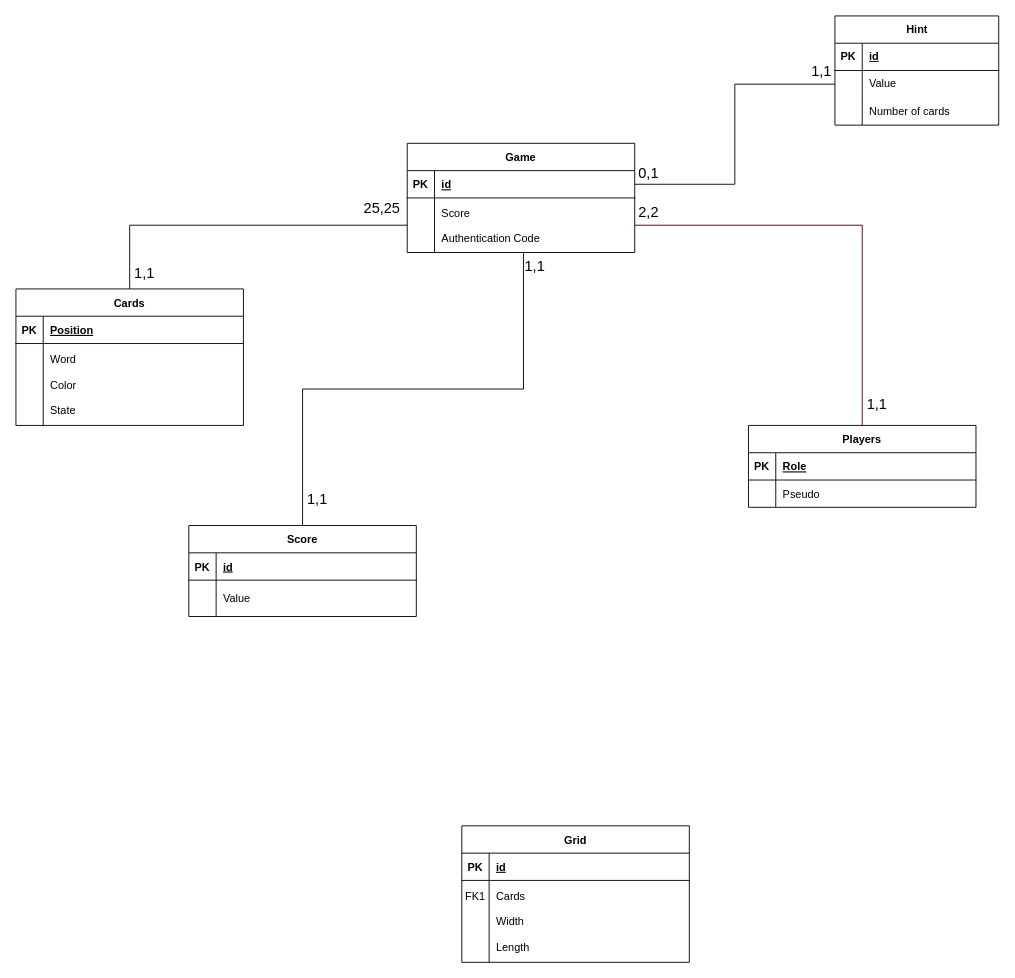
Tom-D04/Polynames keeps this draw.io diagram as Polynames_diagramme_database.drawio. Above is the earlier version. Source tidied: cells renumbered, new cells numbered last; positions are measured from the earlier drawing's top-left corner, leaving out a move shared by most shapes. Both pictures are drawn from the tidied source at 91%, with x=0, y=0 at pixel (15, 15).
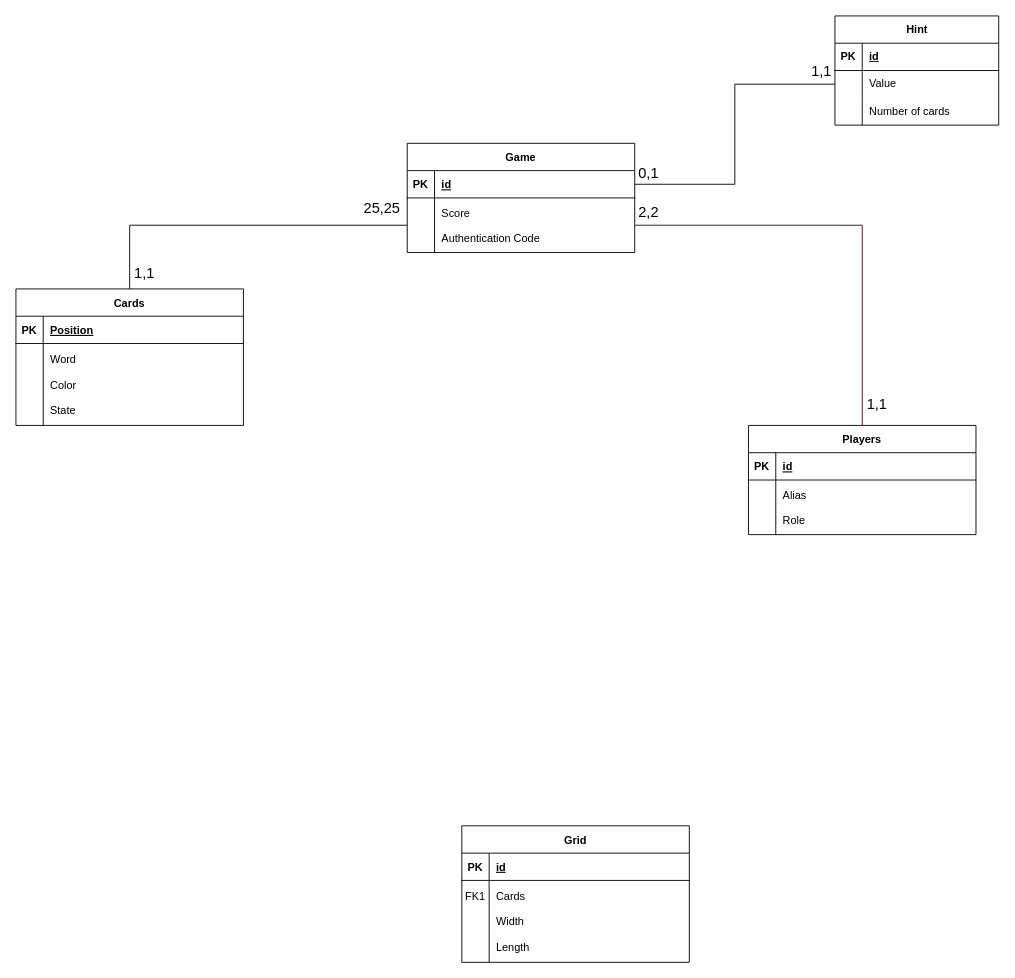
The same diagram, later.

Commit message:
Mettre à jour Polynames_diagramme_database.drawio

Unchanged cells that the change refers to:
```xml
<mxCell id="3" style="shape=partialRectangle;fillColor=none;top=0;left=0;right=0;bottom=1;" parent="2" vertex="1">
  <mxGeometry y="30" width="250" height="30" as="geometry" />
</mxCell>
<mxCell id="34" style="shape=partialRectangle;fillColor=none;points=[[0,0.5],[1,0.5]];portConstraint=eastwest;top=0;left=0;right=0;bottom=0;" parent="30" vertex="1">
  <mxGeometry y="60" width="250" height="60" as="geometry" />
</mxCell>
```

Diff of the diagram source:
```diff
@@
     <mxCell id="2" value="Players" style="shape=table;startSize=30;childLayout=tableLayout;rowLines=0;fontStyle=1;align=center;" parent="1" vertex="1">
-      <mxGeometry x="805" y="450" width="250" height="90" as="geometry" />
+      <mxGeometry x="805" y="450" width="250" height="120" as="geometry" />
     </mxCell>
@@
-    <mxCell id="5" value="Role" style="shape=partialRectangle;overflow=hidden;fillColor=none;top=0;left=0;bottom=0;right=0;align=left;spacingLeft=6;fontStyle=5;" parent="3" vertex="1">
+    <mxCell id="5" value="id" style="shape=partialRectangle;overflow=hidden;fillColor=none;top=0;left=0;bottom=0;right=0;align=left;spacingLeft=6;fontStyle=5;" parent="3" vertex="1">
       <mxGeometry x="30" width="220" height="30" as="geometry" />
     </mxCell>
     <mxCell id="6" style="shape=partialRectangle;fillColor=none;top=0;left=0;right=0;bottom=0;" parent="2" vertex="1">
-      <mxGeometry y="60" width="250" height="30" as="geometry" />
+      <mxGeometry y="60" width="250" height="60" as="geometry" />
     </mxCell>
     <mxCell id="7" style="shape=partialRectangle;overflow=hidden;fillColor=none;top=0;left=0;bottom=0;right=0;" parent="6" vertex="1">
-      <mxGeometry width="30" height="30" as="geometry" />
+      <mxGeometry width="30" height="60" as="geometry" />
     </mxCell>
-    <mxCell id="8" value="Pseudo" style="shape=partialRectangle;overflow=hidden;fillColor=none;top=0;left=0;bottom=0;right=0;align=left;spacingLeft=6;" parent="6" vertex="1">
-      <mxGeometry x="30" width="220" height="30" as="geometry" />
+    <mxCell id="8" value="Alias&#10;&#10;Role" style="shape=partialRectangle;overflow=hidden;fillColor=none;top=0;left=0;bottom=0;right=0;align=left;spacingLeft=6;" parent="6" vertex="1">
+      <mxGeometry x="30" width="220" height="60" as="geometry" />
     </mxCell>
@@
-    <mxCell id="23" value="Score" style="shape=table;startSize=30;childLayout=tableLayout;rowLines=0;fontStyle=1;align=center;" parent="1" vertex="1">
-      <mxGeometry x="190" y="560" width="250" height="100" as="geometry" />
-    </mxCell>
-    <mxCell id="24" style="shape=partialRectangle;fillColor=none;top=0;left=0;right=0;bottom=1;" parent="23" vertex="1">
-      <mxGeometry y="30" width="250" height="30" as="geometry" />
-    </mxCell>
-    <mxCell id="25" value="PK" style="shape=partialRectangle;overflow=hidden;fillColor=none;top=0;left=0;bottom=0;right=0;fontStyle=1;" parent="24" vertex="1">
-      <mxGeometry width="30" height="30" as="geometry" />
-    </mxCell>
-    <mxCell id="26" value="id" style="shape=partialRectangle;overflow=hidden;fillColor=none;top=0;left=0;bottom=0;right=0;align=left;spacingLeft=6;fontStyle=5;" parent="24" vertex="1">
-      <mxGeometry x="30" width="220" height="30" as="geometry" />
-    </mxCell>
-    <mxCell id="27" style="shape=partialRectangle;fillColor=none;top=0;left=0;right=0;bottom=0;" parent="23" vertex="1">
-      <mxGeometry y="60" width="250" height="40" as="geometry" />
-    </mxCell>
-    <mxCell id="28" style="shape=partialRectangle;overflow=hidden;fillColor=none;top=0;left=0;bottom=0;right=0;" parent="27" vertex="1">
-      <mxGeometry width="30" height="40" as="geometry" />
-    </mxCell>
-    <mxCell id="29" value="Value" style="shape=partialRectangle;overflow=hidden;fillColor=none;top=0;left=0;bottom=0;right=0;align=left;spacingLeft=6;" parent="27" vertex="1">
-      <mxGeometry x="30" width="220" height="40" as="geometry" />
-    </mxCell>
@@
-    <mxCell id="43" style="edgeStyle=orthogonalEdgeStyle;rounded=0;jettySize=auto;html=1;exitX=0.5;exitY=0;exitDx=0;exitDy=0;entryX=0.511;entryY=1.013;entryDx=0;entryDy=0;entryPerimeter=0;endArrow=none;endFill=0;" parent="1" edge="1" source="23" target="34">
-      <mxGeometry relative="1" as="geometry" />
-    </mxCell>
-    <mxCell id="44" value="&lt;font style=&quot;font-size: 16px;&quot;&gt;1,1&lt;/font&gt;" style="edgeLabel;html=1;align=center;verticalAlign=middle;" parent="43" vertex="1">
-      <mxGeometry x="-0.87" y="2" relative="1" as="geometry">
-        <mxPoint x="17" y="5" as="offset" />
-      </mxGeometry>
-    </mxCell>
-    <mxCell id="45" value="&lt;font style=&quot;font-size: 16px;&quot;&gt;1,1&lt;/font&gt;" style="edgeLabel;html=1;align=center;verticalAlign=middle;" parent="43" vertex="1">
-      <mxGeometry x="0.91" y="-2" relative="1" as="geometry">
-        <mxPoint x="10" y="-10" as="offset" />
-      </mxGeometry>
-    </mxCell>
```
